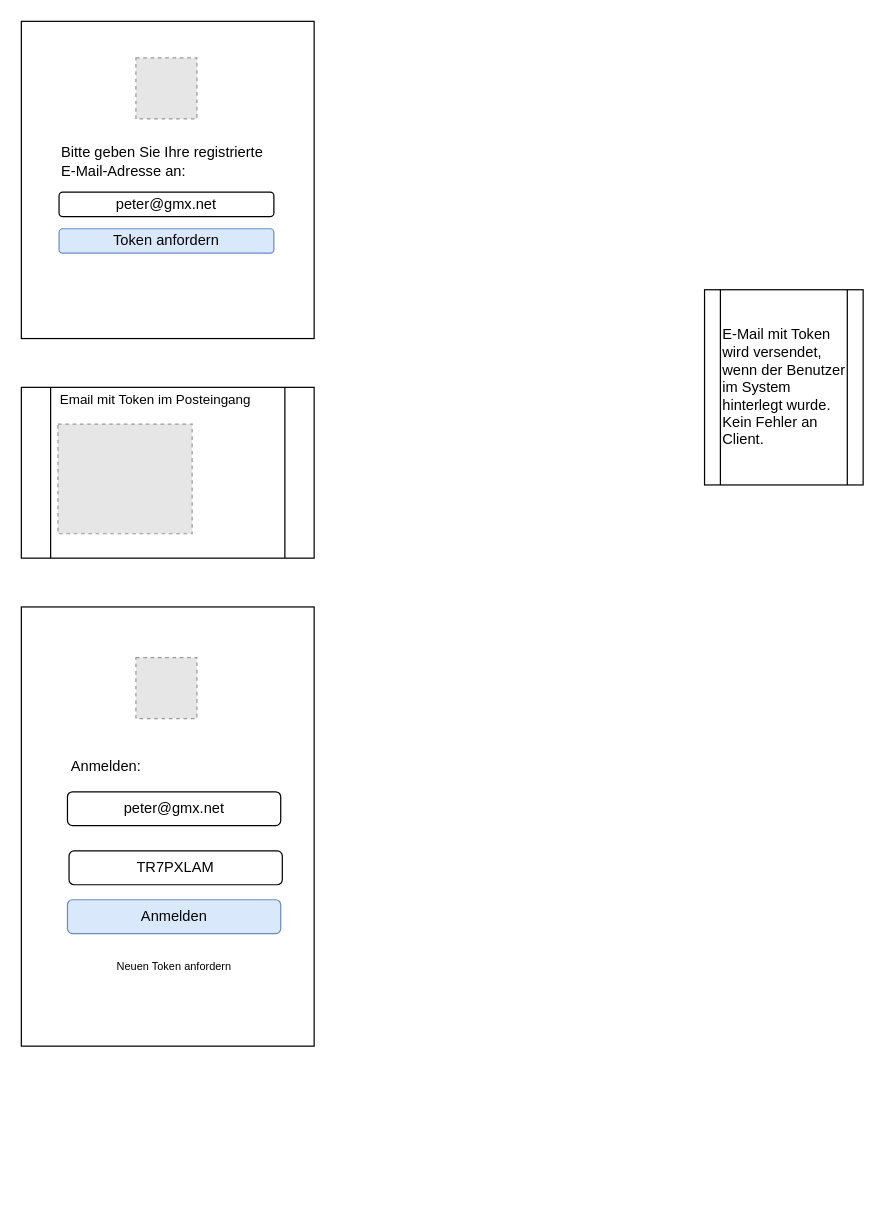
Xynratron/FlowCharts keeps this draw.io diagram as Untitled Diagram.drawio. Above is the earlier version. Source tidied: cells renumbered, new cells numbered last; positions are measured from the earlier drawing's top-left corner, leaving out a move shared by most shapes. Both pictures are drawn from the tidied source at 122%, with x=0, y=0 at pixel (21, 21). Pictures stored in the file or linked from it are replaced by grey dashed boxes.
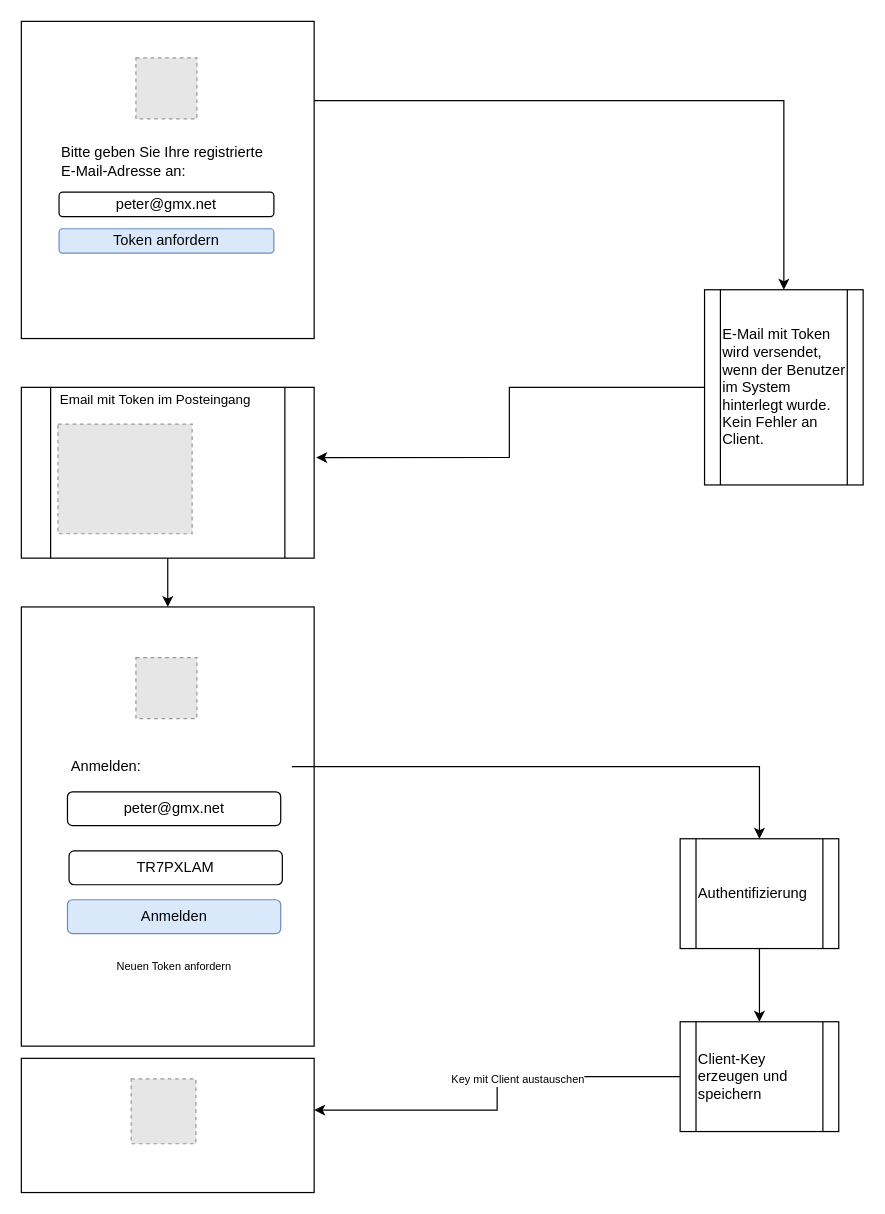
Above is the later version.

Unchanged cells that the change refers to:
```xml
<mxCell id="2" value="E-Mail mit Token wird versendet, wenn der Benutzer im System hinterlegt wurde. Kein Fehler an Client." style="shape=process;whiteSpace=wrap;html=1;backgroundOutline=1;align=left;" parent="1" vertex="1">
  <mxGeometry x="560" y="220" width="130" height="160" as="geometry" />
</mxCell>
<mxCell id="4" style="rounded=0;whiteSpace=wrap;html=1;" parent="3" vertex="1">
  <mxGeometry width="240" height="360" as="geometry" />
</mxCell>
<mxCell id="8" value="Anmelden:" style="text;html=1;strokeColor=none;fillColor=none;align=left;verticalAlign=middle;whiteSpace=wrap;rounded=0;" parent="3" vertex="1">
  <mxGeometry x="39.1" y="110" width="182.6" height="41.5" as="geometry" />
</mxCell>
<mxCell id="12" style="rounded=0;whiteSpace=wrap;html=1;" parent="11" vertex="1">
  <mxGeometry width="240" height="260" as="geometry" />
</mxCell>
<mxCell id="17" style="shape=process;whiteSpace=wrap;html=1;backgroundOutline=1;fontSize=6;align=center;labelPosition=center;verticalLabelPosition=top;verticalAlign=bottom;" parent="1" vertex="1">
  <mxGeometry y="300" width="240" height="140" as="geometry" />
</mxCell>
```

Change to the diagram source:
```diff
@@
+    <mxCell id="20" style="edgeStyle=orthogonalEdgeStyle;rounded=0;jettySize=auto;html=1;exitX=0;exitY=0.5;exitDx=0;exitDy=0;entryX=1.007;entryY=0.411;entryDx=0;entryDy=0;entryPerimeter=0;fontSize=9;" parent="1" edge="1" source="2" target="17">
+      <mxGeometry relative="1" as="geometry" />
+    </mxCell>
@@
+    <mxCell id="21" style="edgeStyle=orthogonalEdgeStyle;rounded=0;jettySize=auto;html=1;exitX=0.5;exitY=1;exitDx=0;exitDy=0;entryX=0.5;entryY=0;entryDx=0;entryDy=0;fontSize=9;" parent="1" edge="1" source="17" target="4">
+      <mxGeometry relative="1" as="geometry" />
+    </mxCell>
@@
+    <mxCell id="22" style="edgeStyle=orthogonalEdgeStyle;rounded=0;jettySize=auto;html=1;exitX=1;exitY=0.25;exitDx=0;exitDy=0;fontSize=9;entryX=0.5;entryY=0;entryDx=0;entryDy=0;" parent="1" edge="1" source="12" target="2">
+      <mxGeometry relative="1" as="geometry" />
+    </mxCell>
+    <mxCell id="23" style="edgeStyle=orthogonalEdgeStyle;rounded=0;jettySize=auto;html=1;exitX=0.5;exitY=1;exitDx=0;exitDy=0;entryX=0.5;entryY=0;entryDx=0;entryDy=0;fontSize=9;" parent="1" edge="1" source="24" target="31">
+      <mxGeometry relative="1" as="geometry" />
+    </mxCell>
+    <mxCell id="24" value="Authentifizierung" style="shape=process;whiteSpace=wrap;html=1;backgroundOutline=1;align=left;" parent="1" vertex="1">
+      <mxGeometry x="540" y="670" width="130" height="90" as="geometry" />
+    </mxCell>
+    <mxCell id="25" style="edgeStyle=orthogonalEdgeStyle;rounded=0;jettySize=auto;html=1;fontSize=9;" parent="1" edge="1" source="8" target="24">
+      <mxGeometry relative="1" as="geometry" />
+    </mxCell>
+    <mxCell id="26" style="group;" parent="1" vertex="1">
+      <mxGeometry y="850" width="240" height="110" as="geometry" />
+    </mxCell>
+    <mxCell id="27" style="rounded=0;whiteSpace=wrap;html=1;" parent="26" vertex="1">
+      <mxGeometry width="240" height="110" as="geometry" />
+    </mxCell>
+    <mxCell id="28" style="fillColor=#E6E6E6;strokeColor=#999999;dashed=1;verticalLabelPosition=bottom;labelBackgroundColor=#ffffff;verticalAlign=top;" parent="26" vertex="1">
+      <mxGeometry x="90" y="16.9" width="53.1" height="53.1" as="geometry" />
+    </mxCell>
+    <mxCell id="29" style="edgeStyle=orthogonalEdgeStyle;rounded=0;jettySize=auto;html=1;exitX=0;exitY=0.5;exitDx=0;exitDy=0;entryX=1;entryY=0.385;entryDx=0;entryDy=0;entryPerimeter=0;fontSize=9;" parent="1" edge="1" source="31" target="27">
+      <mxGeometry relative="1" as="geometry" />
+    </mxCell>
+    <mxCell id="30" value="Key mit Client austauschen" style="edgeLabel;html=1;align=center;verticalAlign=middle;fontSize=9;" parent="29" vertex="1">
+      <mxGeometry x="-0.18" y="2" relative="1" as="geometry" />
+    </mxCell>
+    <mxCell id="31" value="Client-Key erzeugen und speichern" style="shape=process;whiteSpace=wrap;html=1;backgroundOutline=1;align=left;" parent="1" vertex="1">
+      <mxGeometry x="540" y="820" width="130" height="90" as="geometry" />
+    </mxCell>
```
